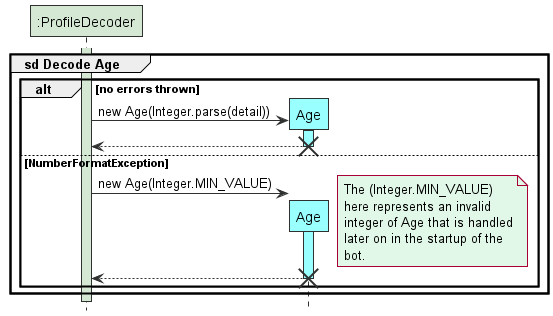
Earlier version of the PlantUML export docs/images/DecodeAge.png (tryyang2001/tp). Source of this version:
```plantuml
@startuml

!include style.puml
hide footbox

group sd Decode Age
participant ":ProfileDecoder" As ProfileDecoder STORAGE_COLOUR
participant Age DATA_COLOUR

activate ProfileDecoder STORAGE_COLOUR
alt no errors thrown
ProfileDecoder -> Age ** DATA_COLOUR: new Age(Integer.parse(detail))
activate Age DATA_COLOUR
    Age --> ProfileDecoder
deactivate
destroy Age
else NumberFormatException
ProfileDecoder -> Age ** DATA_COLOUR: new Age(Integer.MIN_VALUE)
note right STORAGE_FADED_COLOUR: The (Integer.MIN_VALUE) \nhere represents an invalid\ninteger of Age that is handled\nlater on in the startup of the \nbot.

activate Age DATA_COLOUR
    Age --> ProfileDecoder
deactivate
destroy Age

end

end
@enduml
```
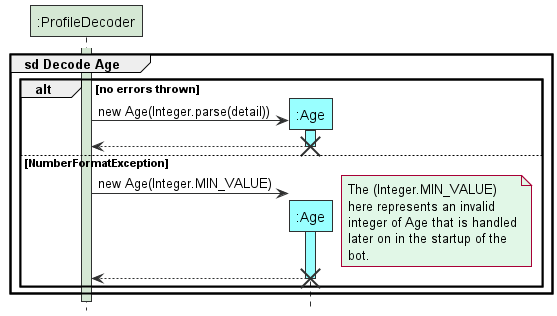
The same diagram one commit later.

The edit, as a diff of the source:
```diff
@@ -5,7 +5,7 @@
 
 group sd Decode Age
 participant ":ProfileDecoder" As ProfileDecoder STORAGE_COLOUR
-participant Age DATA_COLOUR
+participant ":Age" As Age DATA_COLOUR
 
 activate ProfileDecoder STORAGE_COLOUR
 alt no errors thrown
```
